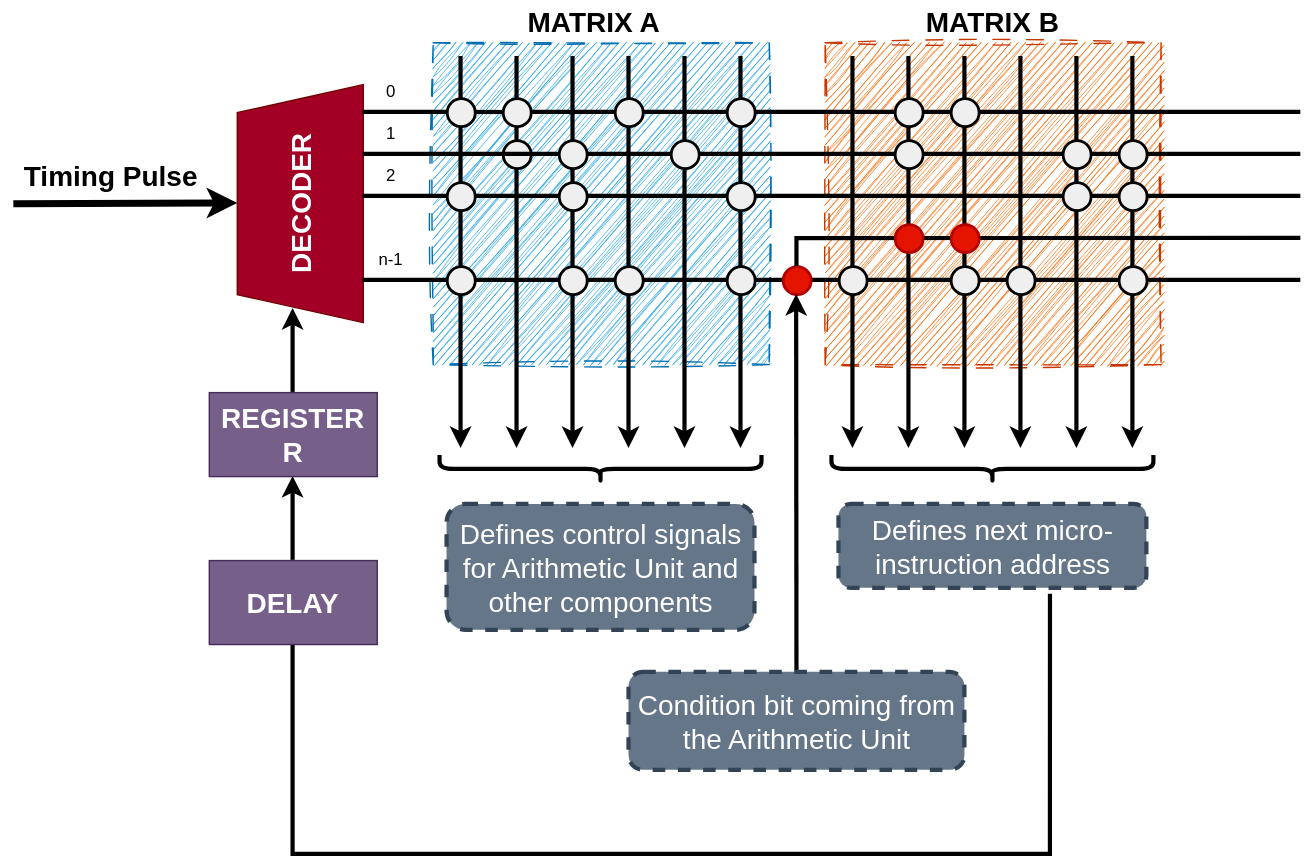
Before: resources/wilkes_architecture.svg, a diagram exported from draw.io (Sallo97/cep_technical_reference). Source tidied: cells renumbered, new cells last; positions are measured from the earlier drawing's top-left corner, leaving out a move shared by most shapes.
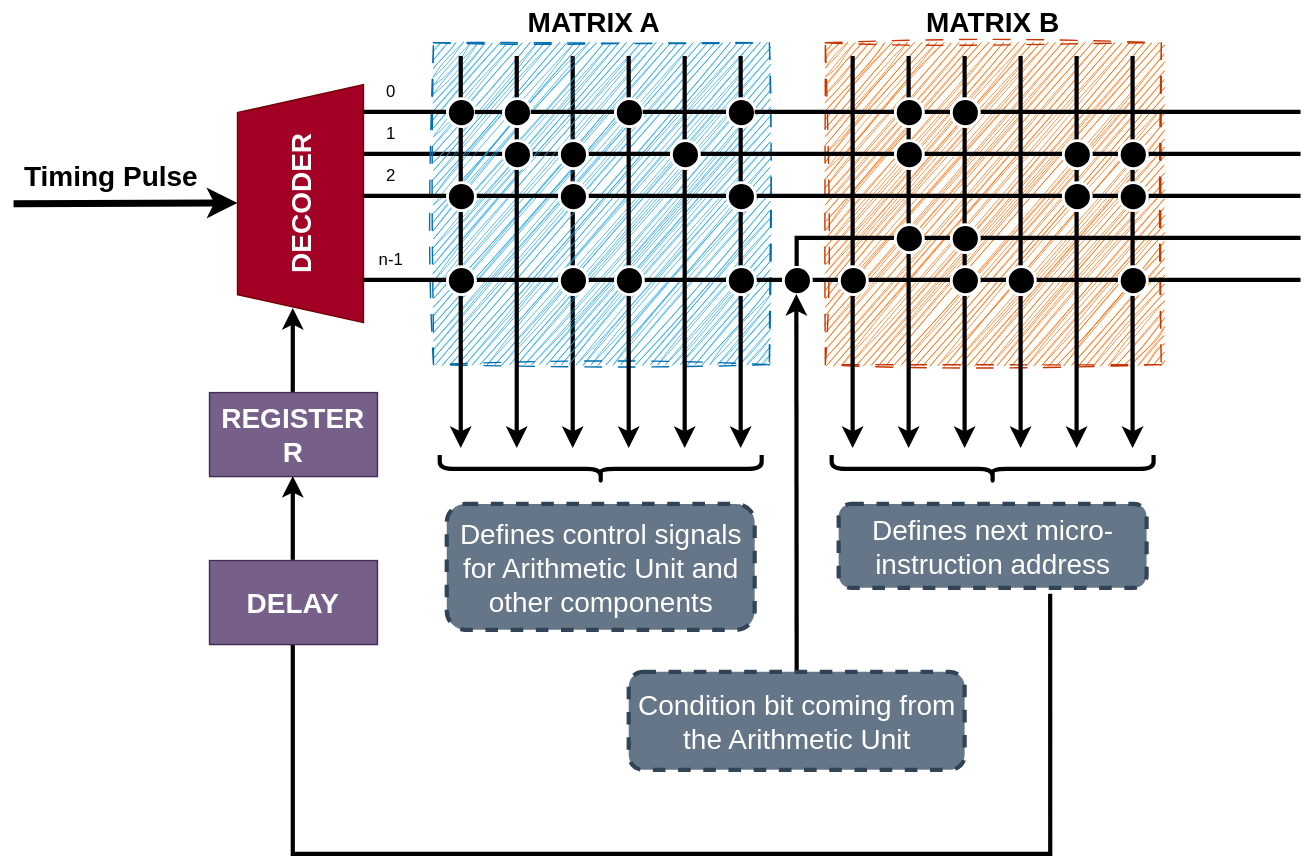
After the commit.

Change to the diagram source:
```diff
@@ -2,6 +2,17 @@
   <root>
     <mxCell id="0" />
     <mxCell id="1" parent="0" />
+    <mxCell id="17" style="endArrow=classic;html=1;rounded=0;strokeWidth=3;" parent="1" edge="1">
+      <mxGeometry relative="1" as="geometry">
+        <mxPoint x="400" y="40" as="sourcePoint" />
+        <mxPoint x="400" y="320" as="targetPoint" />
+      </mxGeometry>
+    </mxCell>
+    <mxCell id="28" style="endArrow=none;html=1;rounded=0;strokeWidth=3;" parent="1" edge="1" target="29">
+      <mxGeometry relative="1" as="geometry">
+        <mxPoint x="250" y="110" as="sourcePoint" />
+      </mxGeometry>
+    </mxCell>
     <mxCell id="2" style="rounded=0;whiteSpace=wrap;html=1;sketch=1;curveFitting=1;jiggle=2;fillColor=#fa6800;fontColor=#000000;strokeColor=#C73500;dashed=1;dashPattern=12 12;" parent="1" vertex="1">
       <mxGeometry x="580" y="30" width="240" height="230" as="geometry" />
     </mxCell>
@@ -66,12 +77,6 @@
         <mxPoint x="360" y="320" as="targetPoint" />
       </mxGeometry>
     </mxCell>
-    <mxCell id="17" style="endArrow=classic;html=1;rounded=0;strokeWidth=3;" parent="1" edge="1">
-      <mxGeometry relative="1" as="geometry">
-        <mxPoint x="400" y="40" as="sourcePoint" />
-        <mxPoint x="400" y="320" as="targetPoint" />
-      </mxGeometry>
-    </mxCell>
     <mxCell id="18" style="endArrow=classic;html=1;rounded=0;strokeWidth=3;" parent="1" edge="1">
       <mxGeometry relative="1" as="geometry">
         <mxPoint x="440" y="40" as="sourcePoint" />
@@ -98,63 +103,55 @@
         <mxPoint x="250" y="80" as="sourcePoint" />
       </mxGeometry>
     </mxCell>
-    <mxCell id="23" style="ellipse;whiteSpace=wrap;html=1;fillColor=#EFEFEF;strokeColor=#000000;fontColor=#ffffff;strokeWidth=2;" parent="1" vertex="1">
+    <mxCell id="23" style="ellipse;whiteSpace=wrap;html=1;fillColor=#000000;strokeColor=#FFFFFF;fontColor=#ffffff;strokeWidth=2;" parent="1" vertex="1">
       <mxGeometry x="310" y="70" width="20" height="20" as="geometry" />
     </mxCell>
     <mxCell id="24" style="endArrow=none;html=1;rounded=0;strokeWidth=3;" parent="1" edge="1" source="23" target="25">
       <mxGeometry relative="1" as="geometry" />
     </mxCell>
-    <mxCell id="25" style="ellipse;whiteSpace=wrap;html=1;fillColor=#EFEFEF;strokeColor=#000000;fontColor=#ffffff;strokeWidth=2;" parent="1" vertex="1">
+    <mxCell id="25" style="ellipse;whiteSpace=wrap;html=1;fillColor=#000000;strokeColor=#FFFFFF;fontColor=#ffffff;strokeWidth=2;" parent="1" vertex="1">
       <mxGeometry x="350" y="70" width="20" height="20" as="geometry" />
     </mxCell>
-    <mxCell id="26" style="ellipse;whiteSpace=wrap;html=1;fillColor=#e51400;strokeColor=#B20000;fontColor=#ffffff;strokeWidth=2;" parent="1" vertex="1">
+    <mxCell id="26" style="ellipse;whiteSpace=wrap;html=1;fillColor=#000000;strokeColor=#FFFFFF;fontColor=#ffffff;strokeWidth=2;" parent="1" vertex="1">
       <mxGeometry x="550" y="190" width="20" height="20" as="geometry" />
     </mxCell>
-    <mxCell id="27" style="ellipse;whiteSpace=wrap;html=1;fillColor=#EFEFEF;strokeColor=#000000;fontColor=#ffffff;strokeWidth=2;" parent="1" vertex="1">
+    <mxCell id="27" style="ellipse;whiteSpace=wrap;html=1;fillColor=#000000;strokeColor=#FFFFFF;fontColor=#ffffff;strokeWidth=2;" parent="1" vertex="1">
       <mxGeometry x="350" y="100" width="20" height="20" as="geometry" />
     </mxCell>
-    <mxCell id="28" style="endArrow=none;html=1;rounded=0;strokeWidth=3;" parent="1" edge="1" target="29">
-      <mxGeometry relative="1" as="geometry">
-        <mxPoint x="250" y="110" as="sourcePoint" />
-      </mxGeometry>
-    </mxCell>
-    <mxCell id="29" style="ellipse;whiteSpace=wrap;html=1;fillColor=#EFEFEF;strokeColor=#000000;fontColor=#ffffff;strokeWidth=2;" parent="1" vertex="1">
+    <mxCell id="29" style="ellipse;whiteSpace=wrap;html=1;fillColor=#000000;strokeColor=#FFFFFF;fontColor=#ffffff;strokeWidth=2;" parent="1" vertex="1">
       <mxGeometry x="390" y="100" width="20" height="20" as="geometry" />
     </mxCell>
     <mxCell id="30" style="endArrow=none;html=1;rounded=0;strokeWidth=3;" parent="1" edge="1" source="25" target="31">
       <mxGeometry relative="1" as="geometry" />
     </mxCell>
-    <mxCell id="31" style="ellipse;whiteSpace=wrap;html=1;fillColor=#EFEFEF;strokeColor=#000000;fontColor=#ffffff;strokeWidth=2;" parent="1" vertex="1">
+    <mxCell id="31" style="ellipse;whiteSpace=wrap;html=1;fillColor=#000000;strokeColor=#FFFFFF;fontColor=#ffffff;strokeWidth=2;" parent="1" vertex="1">
       <mxGeometry x="430" y="70" width="20" height="20" as="geometry" />
     </mxCell>
-    <mxCell id="32" style="ellipse;whiteSpace=wrap;html=1;fillColor=#EFEFEF;strokeColor=#000000;fontColor=#ffffff;strokeWidth=2;" parent="1" vertex="1">
+    <mxCell id="32" style="ellipse;whiteSpace=wrap;html=1;fillColor=#000000;strokeColor=#FFFFFF;fontColor=#ffffff;strokeWidth=2;" parent="1" vertex="1">
       <mxGeometry x="470" y="100" width="20" height="20" as="geometry" />
     </mxCell>
     <mxCell id="33" style="endArrow=none;html=1;rounded=0;strokeWidth=3;" parent="1" edge="1" source="31" target="34">
       <mxGeometry relative="1" as="geometry" />
     </mxCell>
-    <mxCell id="34" style="ellipse;whiteSpace=wrap;html=1;fillColor=#EFEFEF;strokeColor=#000000;fontColor=#ffffff;strokeWidth=2;" parent="1" vertex="1">
+    <mxCell id="34" style="ellipse;whiteSpace=wrap;html=1;fillColor=#000000;strokeColor=#FFFFFF;fontColor=#ffffff;strokeWidth=2;" parent="1" vertex="1">
       <mxGeometry x="510" y="70" width="20" height="20" as="geometry" />
     </mxCell>
-    <mxCell id="35" style="ellipse;whiteSpace=wrap;html=1;fillColor=#EFEFEF;strokeColor=#000000;fontColor=#ffffff;strokeWidth=2;" parent="1" vertex="1">
+    <mxCell id="35" style="ellipse;whiteSpace=wrap;html=1;fillColor=#000000;strokeColor=#FFFFFF;fontColor=#ffffff;strokeWidth=2;" parent="1" vertex="1">
       <mxGeometry x="310" y="130" width="20" height="20" as="geometry" />
     </mxCell>
-    <mxCell id="36" style="ellipse;whiteSpace=wrap;html=1;fillColor=#EFEFEF;strokeColor=#000000;fontColor=#ffffff;strokeWidth=2;" parent="1" vertex="1">
+    <mxCell id="36" style="ellipse;whiteSpace=wrap;html=1;fillColor=#000000;strokeColor=#FFFFFF;fontColor=#ffffff;strokeWidth=2;" parent="1" vertex="1">
       <mxGeometry x="390" y="130" width="20" height="20" as="geometry" />
     </mxCell>
-    <mxCell id="37" style="ellipse;whiteSpace=wrap;html=1;fillColor=#EFEFEF;strokeColor=#000000;fontColor=#ffffff;strokeWidth=2;" parent="1" vertex="1">
+    <mxCell id="37" style="ellipse;whiteSpace=wrap;html=1;fillColor=#000000;strokeColor=#FFFFFF;fontColor=#ffffff;strokeWidth=2;" parent="1" vertex="1">
       <mxGeometry x="510" y="130" width="20" height="20" as="geometry" />
     </mxCell>
-    <mxCell id="38" style="ellipse;whiteSpace=wrap;html=1;fillColor=#EFEFEF;strokeColor=#000000;fontColor=#ffffff;strokeWidth=2;" parent="1" vertex="1">
+    <mxCell id="38" style="ellipse;whiteSpace=wrap;html=1;fillColor=#000000;strokeColor=#FFFFFF;fontColor=#ffffff;strokeWidth=2;" parent="1" vertex="1">
       <mxGeometry x="310" y="190" width="20" height="20" as="geometry" />
     </mxCell>
-    <mxCell id="39" style="ellipse;whiteSpace=wrap;html=1;fillColor=#EFEFEF;strokeColor=#000000;fontColor=#ffffff;strokeWidth=2;" parent="1" vertex="1">
-      <mxGeometry x="390" y="190" width="20" height="20" as="geometry" />
-    </mxCell>
-    <mxCell id="40" style="ellipse;whiteSpace=wrap;html=1;fillColor=#EFEFEF;strokeColor=#000000;fontColor=#ffffff;strokeWidth=2;" parent="1" vertex="1">
+    <mxCell id="40" style="ellipse;whiteSpace=wrap;html=1;fillColor=#000000;strokeColor=#FFFFFF;fontColor=#ffffff;strokeWidth=2;" parent="1" vertex="1">
       <mxGeometry x="430" y="190" width="20" height="20" as="geometry" />
     </mxCell>
-    <mxCell id="41" style="ellipse;whiteSpace=wrap;html=1;fillColor=#EFEFEF;strokeColor=#000000;fontColor=#ffffff;strokeWidth=2;" parent="1" vertex="1">
+    <mxCell id="41" style="ellipse;whiteSpace=wrap;html=1;fillColor=#000000;strokeColor=#FFFFFF;fontColor=#ffffff;strokeWidth=2;" parent="1" vertex="1">
       <mxGeometry x="510" y="190" width="20" height="20" as="geometry" />
     </mxCell>
     <mxCell id="42" style="endArrow=classic;html=1;rounded=0;strokeWidth=3;" parent="1" edge="1">
@@ -199,37 +196,37 @@
     <mxCell id="49" style="endArrow=none;html=1;rounded=0;strokeWidth=3;" parent="1" edge="1" source="34" target="50">
       <mxGeometry relative="1" as="geometry" />
     </mxCell>
-    <mxCell id="50" style="ellipse;whiteSpace=wrap;html=1;fillColor=#EFEFEF;strokeColor=#000000;fontColor=#ffffff;strokeWidth=2;" parent="1" vertex="1">
+    <mxCell id="50" style="ellipse;whiteSpace=wrap;html=1;fillColor=#000000;strokeColor=#FFFFFF;fontColor=#ffffff;strokeWidth=2;" parent="1" vertex="1">
       <mxGeometry x="630" y="70" width="20" height="20" as="geometry" />
     </mxCell>
-    <mxCell id="51" style="ellipse;whiteSpace=wrap;html=1;fillColor=#EFEFEF;strokeColor=#000000;fontColor=#ffffff;strokeWidth=2;" parent="1" vertex="1">
+    <mxCell id="51" style="ellipse;whiteSpace=wrap;html=1;fillColor=#000000;strokeColor=#FFFFFF;fontColor=#ffffff;strokeWidth=2;" parent="1" vertex="1">
       <mxGeometry x="670" y="70" width="20" height="20" as="geometry" />
     </mxCell>
-    <mxCell id="52" style="ellipse;whiteSpace=wrap;html=1;fillColor=#EFEFEF;strokeColor=#000000;fontColor=#ffffff;strokeWidth=2;" parent="1" vertex="1">
+    <mxCell id="52" style="ellipse;whiteSpace=wrap;html=1;fillColor=#000000;strokeColor=#FFFFFF;fontColor=#ffffff;strokeWidth=2;" parent="1" vertex="1">
       <mxGeometry x="630" y="100" width="20" height="20" as="geometry" />
     </mxCell>
-    <mxCell id="53" style="ellipse;whiteSpace=wrap;html=1;fillColor=#EFEFEF;strokeColor=#000000;fontColor=#ffffff;strokeWidth=2;" parent="1" vertex="1">
+    <mxCell id="53" style="ellipse;whiteSpace=wrap;html=1;fillColor=#000000;strokeColor=#FFFFFF;fontColor=#ffffff;strokeWidth=2;" parent="1" vertex="1">
       <mxGeometry x="750" y="100" width="20" height="20" as="geometry" />
     </mxCell>
-    <mxCell id="54" style="ellipse;whiteSpace=wrap;html=1;fillColor=#EFEFEF;strokeColor=#000000;fontColor=#ffffff;strokeWidth=2;" parent="1" vertex="1">
+    <mxCell id="54" style="ellipse;whiteSpace=wrap;html=1;fillColor=#000000;strokeColor=#FFFFFF;fontColor=#ffffff;strokeWidth=2;" parent="1" vertex="1">
       <mxGeometry x="790" y="100" width="20" height="20" as="geometry" />
     </mxCell>
-    <mxCell id="55" style="ellipse;whiteSpace=wrap;html=1;fillColor=#EFEFEF;strokeColor=#000000;fontColor=#ffffff;strokeWidth=2;" parent="1" vertex="1">
+    <mxCell id="55" style="ellipse;whiteSpace=wrap;html=1;fillColor=#000000;strokeColor=#FFFFFF;fontColor=#ffffff;strokeWidth=2;" parent="1" vertex="1">
       <mxGeometry x="750" y="130" width="20" height="20" as="geometry" />
     </mxCell>
-    <mxCell id="56" style="ellipse;whiteSpace=wrap;html=1;fillColor=#EFEFEF;strokeColor=#000000;fontColor=#ffffff;strokeWidth=2;" parent="1" vertex="1">
+    <mxCell id="56" style="ellipse;whiteSpace=wrap;html=1;fillColor=#000000;strokeColor=#FFFFFF;fontColor=#ffffff;strokeWidth=2;" parent="1" vertex="1">
       <mxGeometry x="790" y="130" width="20" height="20" as="geometry" />
     </mxCell>
-    <mxCell id="57" style="ellipse;whiteSpace=wrap;html=1;fillColor=#EFEFEF;strokeColor=#000000;fontColor=#ffffff;strokeWidth=2;" parent="1" vertex="1">
+    <mxCell id="57" style="ellipse;whiteSpace=wrap;html=1;fillColor=#000000;strokeColor=#FFFFFF;fontColor=#ffffff;strokeWidth=2;" parent="1" vertex="1">
       <mxGeometry x="590" y="190" width="20" height="20" as="geometry" />
     </mxCell>
-    <mxCell id="58" style="ellipse;whiteSpace=wrap;html=1;fillColor=#EFEFEF;strokeColor=#000000;fontColor=#ffffff;strokeWidth=2;" parent="1" vertex="1">
+    <mxCell id="58" style="ellipse;whiteSpace=wrap;html=1;fillColor=#000000;strokeColor=#FFFFFF;fontColor=#ffffff;strokeWidth=2;" parent="1" vertex="1">
       <mxGeometry x="670" y="190" width="20" height="20" as="geometry" />
     </mxCell>
-    <mxCell id="59" style="ellipse;whiteSpace=wrap;html=1;fillColor=#EFEFEF;strokeColor=#000000;fontColor=#ffffff;strokeWidth=2;" parent="1" vertex="1">
+    <mxCell id="59" style="ellipse;whiteSpace=wrap;html=1;fillColor=#000000;strokeColor=#FFFFFF;fontColor=#ffffff;strokeWidth=2;" parent="1" vertex="1">
       <mxGeometry x="710" y="190" width="20" height="20" as="geometry" />
     </mxCell>
-    <mxCell id="60" style="ellipse;whiteSpace=wrap;html=1;fillColor=#EFEFEF;strokeColor=#000000;fontColor=#ffffff;strokeWidth=2;" parent="1" vertex="1">
+    <mxCell id="60" style="ellipse;whiteSpace=wrap;html=1;fillColor=#000000;strokeColor=#FFFFFF;fontColor=#ffffff;strokeWidth=2;" parent="1" vertex="1">
       <mxGeometry x="790" y="190" width="20" height="20" as="geometry" />
     </mxCell>
     <mxCell id="61" style="endArrow=none;html=1;rounded=0;strokeWidth=3;edgeStyle=orthogonalEdgeStyle;exitX=0.5;exitY=0;exitDx=0;exitDy=0;" parent="1" edge="1" source="26">
@@ -240,10 +237,10 @@
         </Array>
       </mxGeometry>
     </mxCell>
-    <mxCell id="62" style="ellipse;whiteSpace=wrap;html=1;fillColor=#e51400;strokeColor=#B20000;fontColor=#ffffff;strokeWidth=2;" parent="1" vertex="1">
+    <mxCell id="62" style="ellipse;whiteSpace=wrap;html=1;fillColor=#000000;strokeColor=#FFFFFF;fontColor=#ffffff;strokeWidth=2;" parent="1" vertex="1">
       <mxGeometry x="630" y="160" width="20" height="20" as="geometry" />
     </mxCell>
-    <mxCell id="63" style="ellipse;whiteSpace=wrap;html=1;fillColor=#e51400;strokeColor=#B20000;fontColor=#ffffff;strokeWidth=2;" parent="1" vertex="1">
+    <mxCell id="63" style="ellipse;whiteSpace=wrap;html=1;fillColor=#000000;strokeColor=#FFFFFF;fontColor=#ffffff;strokeWidth=2;" parent="1" vertex="1">
       <mxGeometry x="670" y="160" width="20" height="20" as="geometry" />
     </mxCell>
     <mxCell id="64" style="endArrow=classic;html=1;rounded=0;strokeWidth=3;" parent="1" edge="1">
@@ -294,5 +291,15 @@
         <mxPoint x="200" y="220" as="targetPoint" />
       </mxGeometry>
     </mxCell>
+    <mxCell id="75" style="edgeStyle=orthogonalEdgeStyle;rounded=0;orthogonalLoop=1;jettySize=auto;html=1;exitX=1;exitY=0;exitDx=0;exitDy=0;entryX=0.5;entryY=0.5;entryDx=0;entryDy=0;entryPerimeter=0;" parent="1" edge="1" source="39" target="39">
+      <mxGeometry relative="1" as="geometry">
+        <Array as="points">
+          <mxPoint x="400" y="193" />
+        </Array>
+      </mxGeometry>
+    </mxCell>
+    <mxCell id="39" style="ellipse;whiteSpace=wrap;html=1;fillColor=#000000;strokeColor=#FFFFFF;fontColor=#ffffff;strokeWidth=2;" parent="1" vertex="1">
+      <mxGeometry x="390" y="190" width="20" height="20" as="geometry" />
+    </mxCell>
   </root>
 </mxGraphModel>
```
